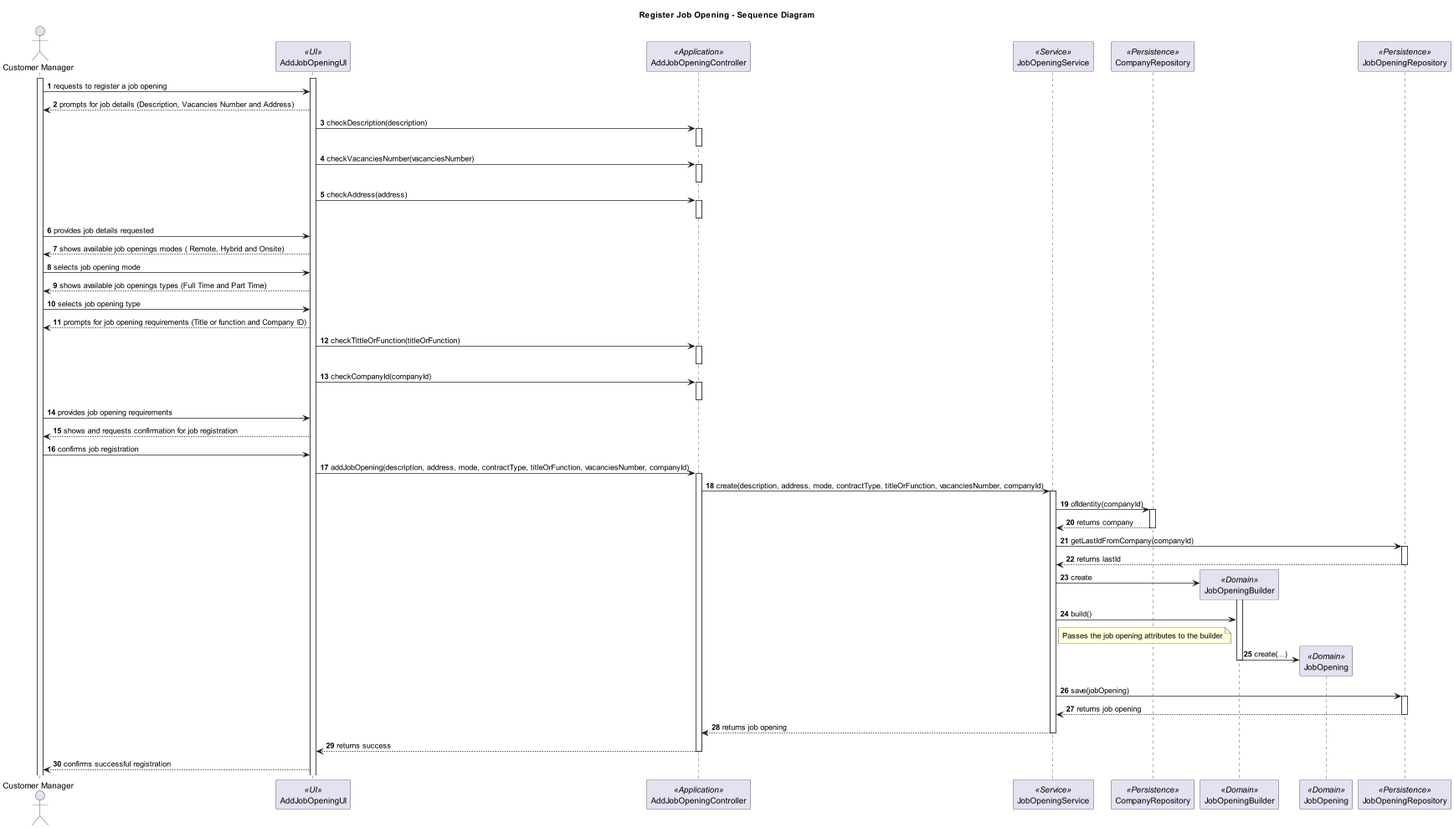
Above: docs/sprintB/1002/svg/1002-sequence-diagram-Register_Job_Opening___Sequence_Diagram.png in marcoferreira37/Lapr4 (PlantUML), before the change.
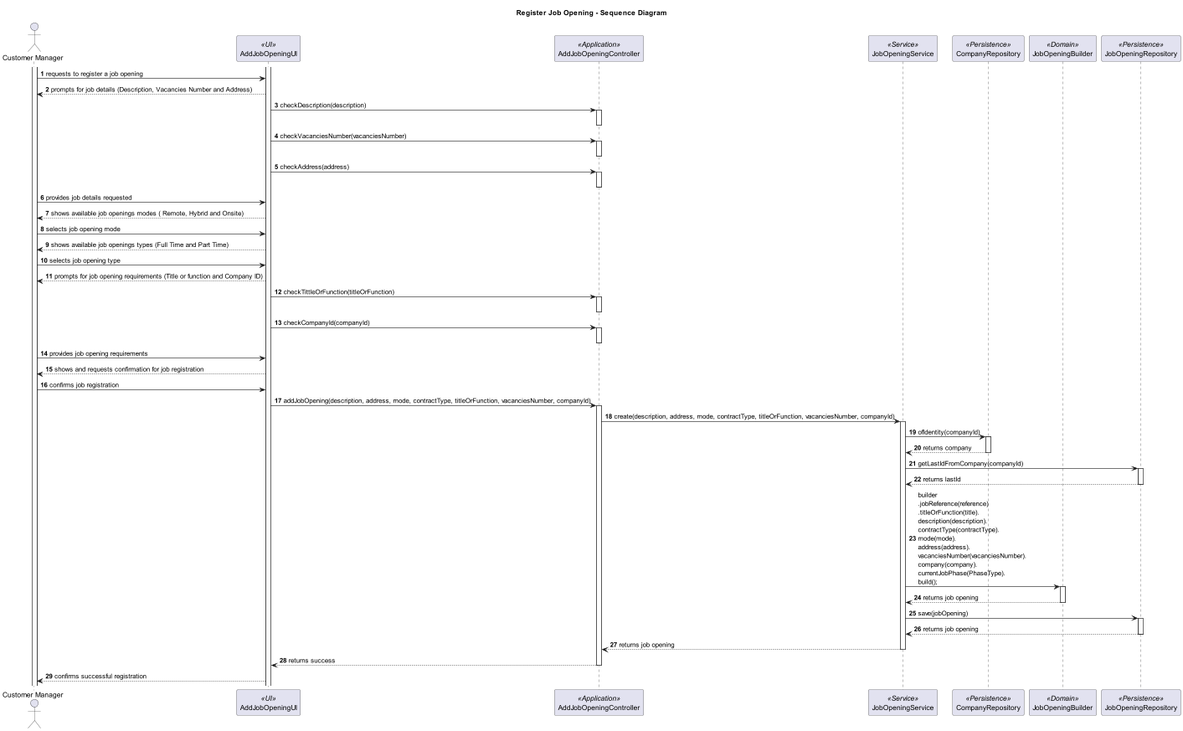
After the change.

Commit message:
#35 - [US1013] Update of the Sequence Diagram

Change to the diagram source:
```diff
@@ -9,7 +9,6 @@
 participant JobOpeningService as JS <<Service>>
 participant CompanyRepository as CRepo <<Persistence>>
 participant JobOpeningBuilder as JB <<Domain>>
-participant JobOpening as JO <<Domain>>
 participant JobOpeningRepository as JRepo <<Persistence>>
 
 activate M
@@ -89,7 +88,6 @@
 
 deactivate JRepo
 
-JS -> JB**: create
 
 
 
@@ -97,21 +95,14 @@
 
 deactivate JRepo
 
+
+JS -> JB:   builder\n.jobReference(reference)\n.titleOrFunction(title).\ndescription(description).\ncontractType(contractType).\nmode(mode).\naddress(address).\nvacanciesNumber(vacanciesNumber).\ncompany(company).\ncurrentJobPhase(PhaseType).\nbuild();
+
 activate JB
 
-JS -> JB: build()
-
-note right of JS
-  Passes the job opening attributes to the builder
-end note
-
-JB -> JO**: create(...)
+JB --> JS: returns job opening
 
 deactivate JB
-
-
-
-
 
 JS -> JRepo: save(jobOpening)
 
```
